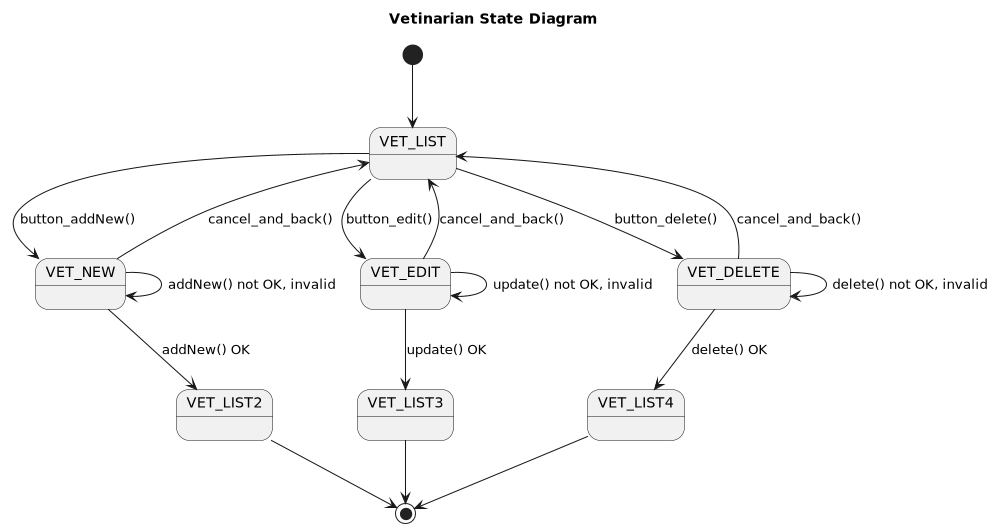
Jakarta-EE-Petclinic/petclinic-uml keeps this PlantUML diagram as uml/vet/Vet__StateEngine-Vetinarian_State_Diagram.png. Above is the earlier version. Its diagram source:
```plantuml
@startuml

title Vetinarian State Diagram


top to bottom direction

scale 1000 width

[*] --> VET_LIST

VET_LIST --> VET_NEW : button_addNew()
VET_LIST --> VET_EDIT: button_edit()
VET_LIST --> VET_DELETE: button_delete()

VET_NEW --> VET_LIST: cancel_and_back()
VET_NEW --> VET_LIST2: addNew() OK

VET_EDIT --> VET_LIST: cancel_and_back()
VET_EDIT --> VET_LIST3: update() OK

VET_DELETE --> VET_LIST: cancel_and_back()
VET_DELETE --> VET_LIST4: delete() OK

VET_LIST2 --> [*]
VET_LIST3 --> [*]
VET_LIST4 --> [*]


state VET_NEW {
    VET_NEW --> VET_NEW : addNew() not OK, invalid
}
state VET_EDIT {
    VET_EDIT --> VET_EDIT: update() not OK, invalid
}
state VET_DELETE {
    VET_DELETE --> VET_DELETE: delete() not OK, invalid
}


@enduml
```
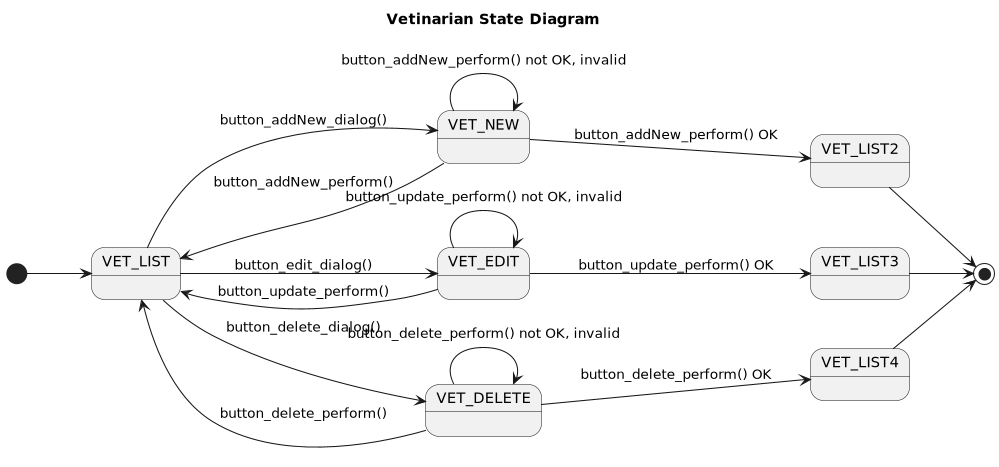
Later version of the same file.

What changed in the source:
```diff
@@ -3,24 +3,23 @@
 title Vetinarian State Diagram
 
 
-top to bottom direction
+left to right direction
 
 scale 1000 width
 
 [*] --> VET_LIST
 
-VET_LIST --> VET_NEW : button_addNew()
-VET_LIST --> VET_EDIT: button_edit()
-VET_LIST --> VET_DELETE: button_delete()
+VET_LIST --> VET_NEW : button_addNew_dialog()
+VET_NEW --> VET_LIST: button_addNew_perform()
+VET_NEW --> VET_LIST2: button_addNew_perform() OK
 
-VET_NEW --> VET_LIST: cancel_and_back()
-VET_NEW --> VET_LIST2: addNew() OK
+VET_LIST --> VET_EDIT: button_edit_dialog()
+VET_EDIT --> VET_LIST: button_update_perform()
+VET_EDIT --> VET_LIST3: button_update_perform() OK
 
-VET_EDIT --> VET_LIST: cancel_and_back()
-VET_EDIT --> VET_LIST3: update() OK
-
-VET_DELETE --> VET_LIST: cancel_and_back()
-VET_DELETE --> VET_LIST4: delete() OK
+VET_LIST --> VET_DELETE: button_delete_dialog()
+VET_DELETE --> VET_LIST: button_delete_perform()
+VET_DELETE --> VET_LIST4: button_delete_perform() OK
 
 VET_LIST2 --> [*]
 VET_LIST3 --> [*]
@@ -28,13 +27,13 @@
 
 
 state VET_NEW {
-    VET_NEW --> VET_NEW : addNew() not OK, invalid
+    VET_NEW --> VET_NEW : button_addNew_perform() not OK, invalid
 }
 state VET_EDIT {
-    VET_EDIT --> VET_EDIT: update() not OK, invalid
+    VET_EDIT --> VET_EDIT: button_update_perform() not OK, invalid
 }
 state VET_DELETE {
-    VET_DELETE --> VET_DELETE: delete() not OK, invalid
+    VET_DELETE --> VET_DELETE: button_delete_perform() not OK, invalid
 }
 
 
```
